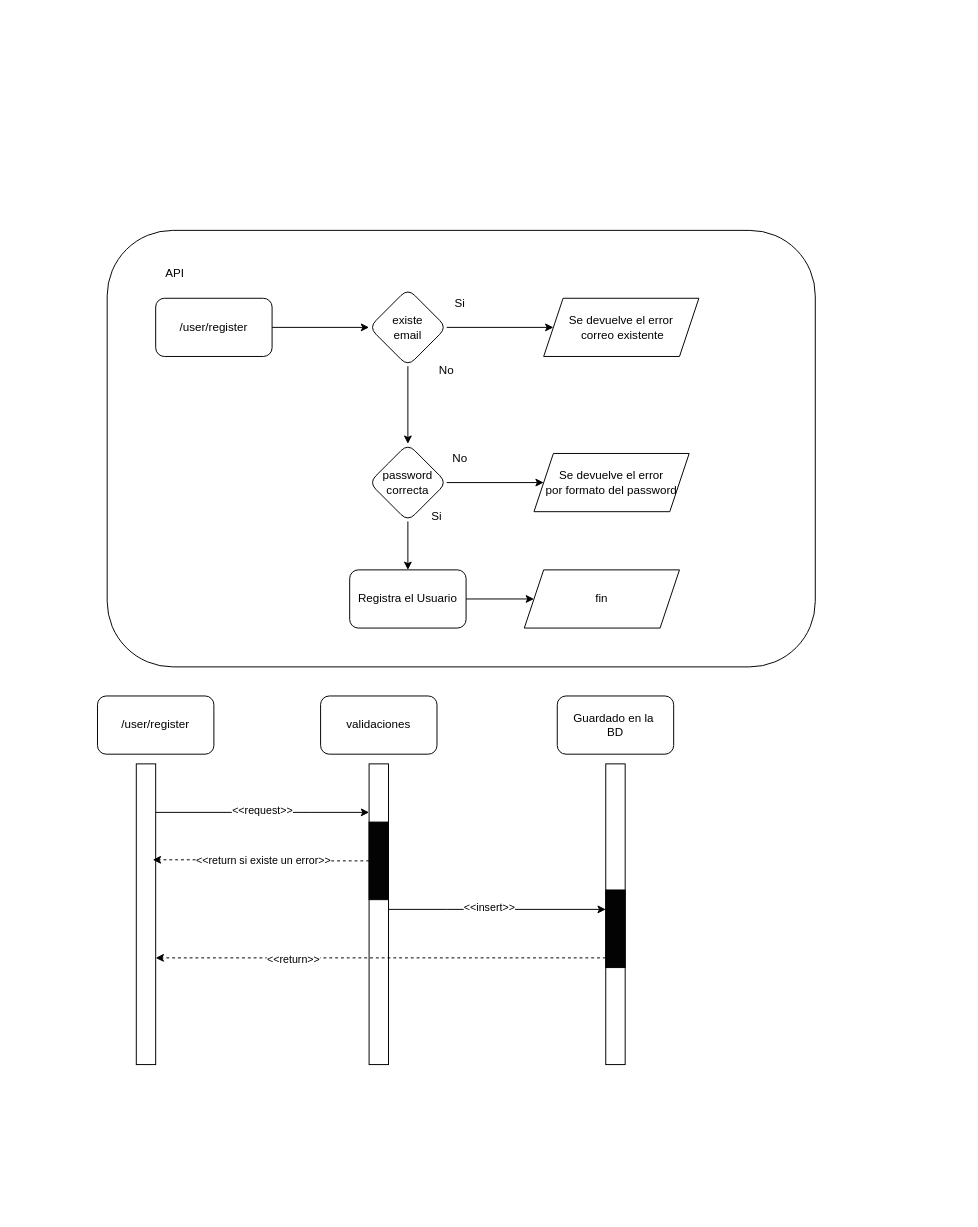
Above: Diagrama Solucion.drawio in diegohxs/sermaluc-evaluacion (draw.io), before the change. Source tidied: cells renumbered, new cells numbered last; positions are measured from the earlier drawing's top-left corner, leaving out a move shared by most shapes. Both pictures are drawn from the tidied source at 97%, with x=0, y=0 at pixel (97, 230).
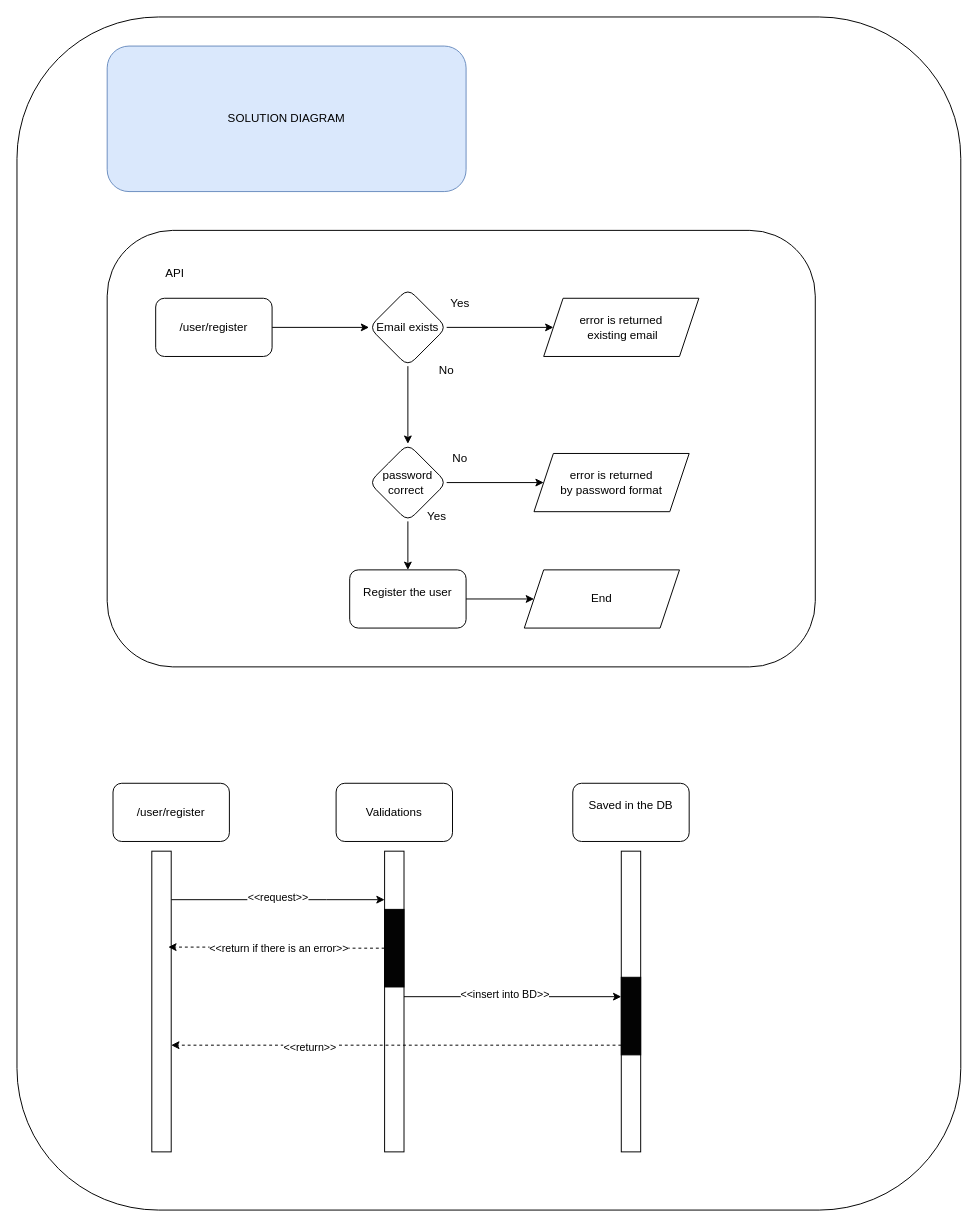
The same diagram, later.

Diff of the diagram source:
```diff
@@
+    <mxCell id="37" style="rounded=1;whiteSpace=wrap;html=1;" parent="1" vertex="1">
+      <mxGeometry x="-83" y="-220" width="973" height="1230" as="geometry" />
+    </mxCell>
@@
-    <mxCell id="8" value="existe&lt;div&gt;email&lt;/div&gt;" style="rhombus;whiteSpace=wrap;html=1;rounded=1;" parent="1" vertex="1">
+    <mxCell id="8" value="Email exists" style="rhombus;whiteSpace=wrap;html=1;rounded=1;" parent="1" vertex="1">
       <mxGeometry x="280" y="60" width="80" height="80" as="geometry" />
     </mxCell>
-    <mxCell id="9" value="Se devuelve el error&lt;div&gt;&amp;nbsp;correo existente&lt;/div&gt;" style="shape=parallelogram;perimeter=parallelogramPerimeter;whiteSpace=wrap;html=1;fixedSize=1;" parent="1" vertex="1">
+    <mxCell id="9" value="&lt;div&gt;error is returned&lt;/div&gt;&lt;div&gt;&amp;nbsp;existing email&lt;/div&gt;" style="shape=parallelogram;perimeter=parallelogramPerimeter;whiteSpace=wrap;html=1;fixedSize=1;" parent="1" vertex="1">
       <mxGeometry x="460" y="70" width="160" height="60" as="geometry" />
     </mxCell>
@@
-    <mxCell id="12" value="password&lt;div&gt;correcta&lt;/div&gt;" style="rhombus;whiteSpace=wrap;html=1;rounded=1;" parent="1" vertex="1">
+    <mxCell id="12" value="password correct&amp;nbsp;" style="rhombus;whiteSpace=wrap;html=1;rounded=1;" parent="1" vertex="1">
       <mxGeometry x="280" y="220" width="80" height="80" as="geometry" />
     </mxCell>
-    <mxCell id="13" value="Se devuelve el error&lt;div&gt;por formato del password&lt;/div&gt;" style="shape=parallelogram;perimeter=parallelogramPerimeter;whiteSpace=wrap;html=1;fixedSize=1;" parent="1" vertex="1">
+    <mxCell id="13" value="&lt;div&gt;error is returned&lt;/div&gt;&lt;div&gt;by password format&lt;/div&gt;" style="shape=parallelogram;perimeter=parallelogramPerimeter;whiteSpace=wrap;html=1;fixedSize=1;" parent="1" vertex="1">
       <mxGeometry x="450" y="230" width="160" height="60" as="geometry" />
     </mxCell>
@@
-    <mxCell id="15" value="Registra el Usuario" style="whiteSpace=wrap;html=1;rounded=1;" parent="1" vertex="1">
+    <mxCell id="15" value="&lt;div&gt;Register the user&lt;/div&gt;&lt;div&gt;&lt;br&gt;&lt;/div&gt;" style="whiteSpace=wrap;html=1;rounded=1;" parent="1" vertex="1">
       <mxGeometry x="260" y="350" width="120" height="60" as="geometry" />
     </mxCell>
-    <mxCell id="16" value="fin" style="shape=parallelogram;perimeter=parallelogramPerimeter;whiteSpace=wrap;html=1;fixedSize=1;" parent="1" vertex="1">
+    <mxCell id="16" value="End" style="shape=parallelogram;perimeter=parallelogramPerimeter;whiteSpace=wrap;html=1;fixedSize=1;" parent="1" vertex="1">
       <mxGeometry x="440" y="350" width="160" height="60" as="geometry" />
     </mxCell>
-    <mxCell id="17" value="Si" style="text;html=1;align=center;verticalAlign=middle;whiteSpace=wrap;rounded=0;" parent="1" vertex="1">
+    <mxCell id="17" value="Yes" style="text;html=1;align=center;verticalAlign=middle;whiteSpace=wrap;rounded=0;" parent="1" vertex="1">
       <mxGeometry x="344" y="60" width="60" height="30" as="geometry" />
     </mxCell>
@@
-    <mxCell id="19" value="Si" style="text;html=1;align=center;verticalAlign=middle;whiteSpace=wrap;rounded=0;" parent="1" vertex="1">
+    <mxCell id="19" value="Yes" style="text;html=1;align=center;verticalAlign=middle;whiteSpace=wrap;rounded=0;" parent="1" vertex="1">
       <mxGeometry x="320" y="280" width="60" height="30" as="geometry" />
     </mxCell>
@@
     <mxCell id="21" style="edgeStyle=orthogonalEdgeStyle;rounded=0;jettySize=auto;html=1;" parent="1" edge="1" source="23" target="26">
       <mxGeometry relative="1" as="geometry">
         <Array as="points">
-          <mxPoint x="220" y="600" />
-          <mxPoint x="220" y="600" />
+          <mxPoint x="236" y="690" />
+          <mxPoint x="236" y="690" />
         </Array>
       </mxGeometry>
     </mxCell>
@@
     <mxCell id="23" style="rounded=0;whiteSpace=wrap;html=1;" parent="1" vertex="1">
-      <mxGeometry x="40" y="550" width="20" height="310" as="geometry" />
+      <mxGeometry x="56" y="640" width="20" height="310" as="geometry" />
     </mxCell>
     <mxCell id="24" style="edgeStyle=orthogonalEdgeStyle;rounded=0;jettySize=auto;html=1;" parent="1" edge="1" source="26" target="27">
       <mxGeometry relative="1" as="geometry">
         <Array as="points">
-          <mxPoint x="360" y="700" />
-          <mxPoint x="360" y="700" />
+          <mxPoint x="376" y="790" />
+          <mxPoint x="376" y="790" />
         </Array>
       </mxGeometry>
     </mxCell>
-    <mxCell id="25" value="&amp;lt;&amp;lt;insert&amp;gt;&amp;gt;" style="edgeLabel;html=1;align=center;verticalAlign=middle;" parent="24" vertex="1">
+    <mxCell id="25" value="&amp;lt;&amp;lt;insert into BD&amp;gt;&amp;gt;" style="edgeLabel;html=1;align=center;verticalAlign=middle;" parent="24" vertex="1">
       <mxGeometry x="-0.08" y="3" relative="1" as="geometry" />
     </mxCell>
     <mxCell id="26" style="rounded=0;whiteSpace=wrap;html=1;" parent="1" vertex="1">
-      <mxGeometry x="280" y="550" width="20" height="310" as="geometry" />
+      <mxGeometry x="296" y="640" width="20" height="310" as="geometry" />
     </mxCell>
     <mxCell id="27" style="rounded=0;whiteSpace=wrap;html=1;" parent="1" vertex="1">
-      <mxGeometry x="524" y="550" width="20" height="310" as="geometry" />
+      <mxGeometry x="540" y="640" width="20" height="310" as="geometry" />
     </mxCell>
     <mxCell id="28" value="/user/register" style="rounded=1;whiteSpace=wrap;html=1;" parent="1" vertex="1">
-      <mxGeometry y="480" width="120" height="60" as="geometry" />
+      <mxGeometry x="16" y="570" width="120" height="60" as="geometry" />
     </mxCell>
-    <mxCell id="29" value="validaciones" style="rounded=1;whiteSpace=wrap;html=1;" parent="1" vertex="1">
-      <mxGeometry x="230" y="480" width="120" height="60" as="geometry" />
+    <mxCell id="29" value="Validations" style="rounded=1;whiteSpace=wrap;html=1;" parent="1" vertex="1">
+      <mxGeometry x="246" y="570" width="120" height="60" as="geometry" />
     </mxCell>
     <mxCell id="30" style="rounded=0;whiteSpace=wrap;html=1;fillColor=#030303;" parent="1" vertex="1">
-      <mxGeometry x="280" y="610" width="20" height="80" as="geometry" />
+      <mxGeometry x="296" y="700" width="20" height="80" as="geometry" />
     </mxCell>
     <mxCell id="31" style="edgeStyle=orthogonalEdgeStyle;rounded=0;jettySize=auto;html=1;dashed=1;" parent="1" edge="1" source="33" target="23">
       <mxGeometry relative="1" as="geometry">
         <Array as="points">
-          <mxPoint x="370" y="750" />
-          <mxPoint x="370" y="750" />
+          <mxPoint x="386" y="840" />
+          <mxPoint x="386" y="840" />
         </Array>
       </mxGeometry>
     </mxCell>
@@
     <mxCell id="33" style="rounded=0;whiteSpace=wrap;html=1;fillColor=#030303;" parent="1" vertex="1">
-      <mxGeometry x="524" y="680" width="20" height="80" as="geometry" />
+      <mxGeometry x="540" y="770" width="20" height="80" as="geometry" />
     </mxCell>
-    <mxCell id="34" value="Guardado en la&amp;nbsp;&lt;div&gt;BD&lt;/div&gt;" style="rounded=1;whiteSpace=wrap;html=1;" parent="1" vertex="1">
-      <mxGeometry x="474" y="480" width="120" height="60" as="geometry" />
+    <mxCell id="34" value="&lt;div&gt;Saved in the DB&lt;/div&gt;&lt;div&gt;&lt;br&gt;&lt;/div&gt;" style="rounded=1;whiteSpace=wrap;html=1;" parent="1" vertex="1">
+      <mxGeometry x="490" y="570" width="120" height="60" as="geometry" />
     </mxCell>
     <mxCell id="35" style="edgeStyle=orthogonalEdgeStyle;rounded=0;jettySize=auto;html=1;entryX=0.85;entryY=0.319;entryDx=0;entryDy=0;entryPerimeter=0;dashed=1;" parent="1" edge="1" source="30" target="23">
       <mxGeometry relative="1" as="geometry">
         <Array as="points">
-          <mxPoint x="220" y="650" />
-          <mxPoint x="220" y="649" />
+          <mxPoint x="236" y="740" />
+          <mxPoint x="236" y="739" />
         </Array>
       </mxGeometry>
     </mxCell>
-    <mxCell id="36" value="&amp;lt;&amp;lt;return si existe un error&amp;gt;&amp;gt;" style="edgeLabel;html=1;align=center;verticalAlign=middle;" parent="35" vertex="1">
+    <mxCell id="36" value="&amp;lt;&amp;lt;return if there is an error&amp;gt;&amp;gt;" style="edgeLabel;html=1;align=center;verticalAlign=middle;" parent="35" vertex="1">
       <mxGeometry x="0.21" y="1" relative="1" as="geometry">
         <mxPoint x="25" as="offset" />
       </mxGeometry>
     </mxCell>
+    <mxCell id="38" value="SOLUTION DIAGRAM" style="text;html=1;align=center;verticalAlign=middle;whiteSpace=wrap;rounded=1;fillColor=#dae8fc;strokeColor=#6c8ebf;" parent="1" vertex="1">
+      <mxGeometry x="10" y="-190" width="370" height="150" as="geometry" />
+    </mxCell>
```
